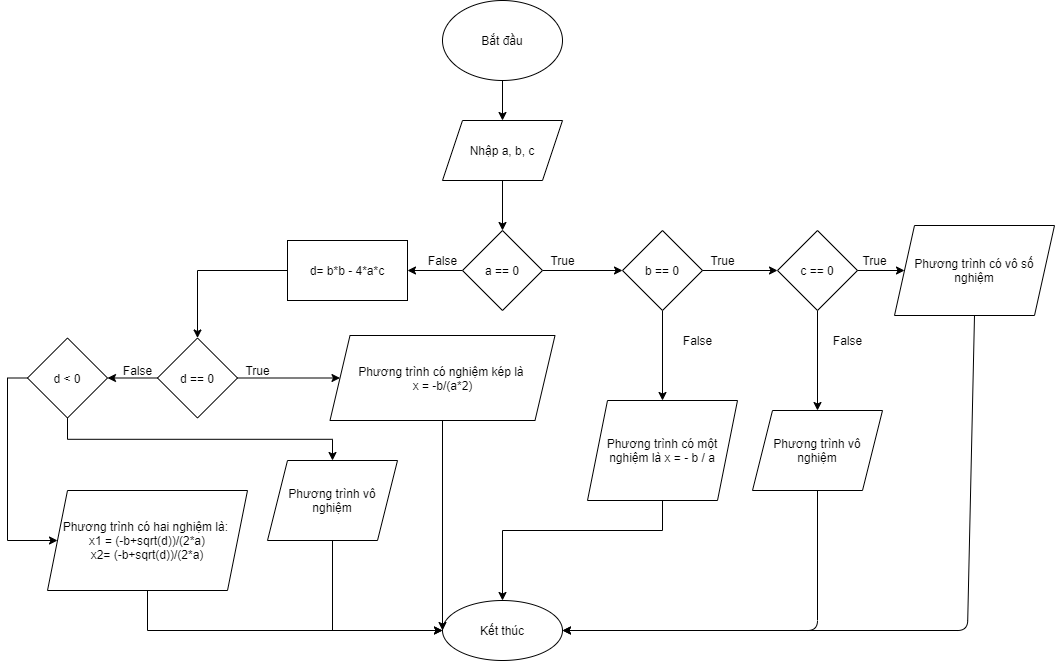
Above: Baitap/Baitap06.drawio.png in NguyenDangKhoa02/20T1080038-Java (draw.io), before the change. Source tidied: cells renumbered, new cells last; positions are measured from the earlier drawing's top-left corner, leaving out a move shared by most shapes. Source of this version:
```xml
<mxGraphModel>
  <root>
    <mxCell id="0" />
    <mxCell id="1" parent="0" />
    <mxCell id="2" style="edgeStyle=orthogonalEdgeStyle;rounded=0;jettySize=auto;html=1;" parent="1" edge="1" source="3" target="5">
      <mxGeometry relative="1" as="geometry" />
    </mxCell>
    <mxCell id="3" value="Bắt đầu" style="ellipse;whiteSpace=wrap;html=1;" parent="1" vertex="1">
      <mxGeometry x="435" width="120" height="80" as="geometry" />
    </mxCell>
    <mxCell id="4" style="edgeStyle=orthogonalEdgeStyle;rounded=0;jettySize=auto;html=1;" parent="1" edge="1" source="5" target="9">
      <mxGeometry relative="1" as="geometry" />
    </mxCell>
    <mxCell id="5" value="Nhập a, b, c" style="shape=parallelogram;perimeter=parallelogramPerimeter;whiteSpace=wrap;html=1;fixedSize=1;" parent="1" vertex="1">
      <mxGeometry x="435" y="120" width="120" height="60" as="geometry" />
    </mxCell>
    <mxCell id="6" style="edgeStyle=orthogonalEdgeStyle;rounded=0;jettySize=auto;html=1;" parent="1" edge="1" source="9" target="12">
      <mxGeometry relative="1" as="geometry" />
    </mxCell>
    <mxCell id="7" style="edgeStyle=orthogonalEdgeStyle;rounded=0;jettySize=auto;html=1;exitX=0.5;exitY=1;exitDx=0;exitDy=0;" parent="1" edge="1" source="12" target="20">
      <mxGeometry relative="1" as="geometry" />
    </mxCell>
    <mxCell id="8" style="edgeStyle=orthogonalEdgeStyle;rounded=0;jettySize=auto;html=1;" parent="1" edge="1" source="9" target="28">
      <mxGeometry relative="1" as="geometry" />
    </mxCell>
    <mxCell id="9" value="a == 0" style="rhombus;whiteSpace=wrap;html=1;" parent="1" vertex="1">
      <mxGeometry x="455" y="230" width="80" height="80" as="geometry" />
    </mxCell>
    <mxCell id="10" style="edgeStyle=orthogonalEdgeStyle;rounded=0;jettySize=auto;html=1;entryX=0;entryY=0.5;entryDx=0;entryDy=0;" parent="1" edge="1" source="12" target="24">
      <mxGeometry relative="1" as="geometry" />
    </mxCell>
    <mxCell id="11" style="edgeStyle=orthogonalEdgeStyle;rounded=0;jettySize=auto;html=1;exitX=0.5;exitY=1;exitDx=0;exitDy=0;" parent="1" edge="1" source="24" target="15">
      <mxGeometry relative="1" as="geometry" />
    </mxCell>
    <mxCell id="12" value="b == 0" style="rhombus;whiteSpace=wrap;html=1;" parent="1" vertex="1">
      <mxGeometry x="615" y="230" width="80" height="80" as="geometry" />
    </mxCell>
    <mxCell id="13" value="Phương trình có vô số nghiệm" style="shape=parallelogram;perimeter=parallelogramPerimeter;whiteSpace=wrap;html=1;fixedSize=1;" parent="1" vertex="1">
      <mxGeometry x="887" y="225" width="160" height="90" as="geometry" />
    </mxCell>
    <mxCell id="14" value="True" style="text;html=1;align=center;verticalAlign=middle;strokeColor=none;fillColor=none;" parent="1" vertex="1">
      <mxGeometry x="695" y="250" width="40" height="20" as="geometry" />
    </mxCell>
    <mxCell id="15" value="Phương trình vô nghiệm" style="shape=parallelogram;perimeter=parallelogramPerimeter;whiteSpace=wrap;html=1;fixedSize=1;" parent="1" vertex="1">
      <mxGeometry x="745" y="410" width="130" height="80" as="geometry" />
    </mxCell>
    <mxCell id="16" value="False" style="text;html=1;align=center;verticalAlign=middle;strokeColor=none;fillColor=none;" parent="1" vertex="1">
      <mxGeometry x="670" y="330" width="40" height="20" as="geometry" />
    </mxCell>
    <mxCell id="17" value="True" style="text;html=1;align=center;verticalAlign=middle;strokeColor=none;fillColor=none;" parent="1" vertex="1">
      <mxGeometry x="535" y="250" width="40" height="20" as="geometry" />
    </mxCell>
    <mxCell id="18" value="False" style="text;html=1;align=center;verticalAlign=middle;strokeColor=none;fillColor=none;" parent="1" vertex="1">
      <mxGeometry x="820" y="330" width="40" height="20" as="geometry" />
    </mxCell>
    <mxCell id="19" style="edgeStyle=orthogonalEdgeStyle;rounded=0;jettySize=auto;html=1;" parent="1" edge="1" source="20" target="21">
      <mxGeometry relative="1" as="geometry">
        <Array as="points">
          <mxPoint x="655" y="530" />
          <mxPoint x="495" y="530" />
        </Array>
      </mxGeometry>
    </mxCell>
    <mxCell id="20" value="&lt;span&gt;Phương trình có một nghiệm là x = - b / a&lt;/span&gt;" style="shape=parallelogram;perimeter=parallelogramPerimeter;whiteSpace=wrap;html=1;fixedSize=1;" parent="1" vertex="1">
      <mxGeometry x="580" y="400" width="150" height="100" as="geometry" />
    </mxCell>
    <mxCell id="21" value="Kết thúc" style="ellipse;whiteSpace=wrap;html=1;" parent="1" vertex="1">
      <mxGeometry x="435" y="600" width="120" height="60" as="geometry" />
    </mxCell>
    <mxCell id="22" style="endArrow=classic;html=1;exitX=0.5;exitY=1;exitDx=0;exitDy=0;entryX=1;entryY=0.5;entryDx=0;entryDy=0;" parent="1" edge="1" source="15" target="21">
      <mxGeometry relative="1" as="geometry">
        <Array as="points">
          <mxPoint x="810" y="630" />
        </Array>
      </mxGeometry>
    </mxCell>
    <mxCell id="23" style="endArrow=classic;html=1;exitX=0.5;exitY=1;exitDx=0;exitDy=0;entryX=1;entryY=0.5;entryDx=0;entryDy=0;" parent="1" edge="1" source="13" target="21">
      <mxGeometry relative="1" as="geometry">
        <Array as="points">
          <mxPoint x="960" y="630" />
        </Array>
      </mxGeometry>
    </mxCell>
    <mxCell id="24" value="c == 0" style="rhombus;whiteSpace=wrap;html=1;" parent="1" vertex="1">
      <mxGeometry x="770" y="230" width="80" height="80" as="geometry" />
    </mxCell>
    <mxCell id="25" style="endArrow=classic;html=1;exitX=1;exitY=0.5;exitDx=0;exitDy=0;entryX=0;entryY=0.5;entryDx=0;entryDy=0;" parent="1" edge="1" source="24" target="13">
      <mxGeometry relative="1" as="geometry" />
    </mxCell>
    <mxCell id="26" value="True" style="text;html=1;align=center;verticalAlign=middle;strokeColor=none;fillColor=none;" parent="1" vertex="1">
      <mxGeometry x="847" y="250" width="40" height="20" as="geometry" />
    </mxCell>
    <mxCell id="27" style="edgeStyle=orthogonalEdgeStyle;rounded=0;jettySize=auto;html=1;" parent="1" edge="1" source="28" target="31">
      <mxGeometry relative="1" as="geometry" />
    </mxCell>
    <mxCell id="28" value="d= b*b - 4*a*c" style="whiteSpace=wrap;html=1;" parent="1" vertex="1">
      <mxGeometry x="280" y="240" width="120" height="60" as="geometry" />
    </mxCell>
    <mxCell id="29" style="edgeStyle=orthogonalEdgeStyle;rounded=0;jettySize=auto;html=1;" parent="1" edge="1" source="31" target="32">
      <mxGeometry relative="1" as="geometry" />
    </mxCell>
    <mxCell id="30" style="edgeStyle=orthogonalEdgeStyle;rounded=0;jettySize=auto;html=1;entryX=1;entryY=0.5;entryDx=0;entryDy=0;" parent="1" edge="1" source="31" target="41">
      <mxGeometry relative="1" as="geometry" />
    </mxCell>
    <mxCell id="31" value="d == 0" style="rhombus;whiteSpace=wrap;html=1;" parent="1" vertex="1">
      <mxGeometry x="150" y="337.5" width="80" height="80" as="geometry" />
    </mxCell>
    <mxCell id="32" value="Phương trình có nghiệm kép là &lt;br&gt;x = -b/(a*2)" style="shape=parallelogram;perimeter=parallelogramPerimeter;whiteSpace=wrap;html=1;fixedSize=1;" parent="1" vertex="1">
      <mxGeometry x="322.5" y="335" width="225" height="85" as="geometry" />
    </mxCell>
    <mxCell id="33" value="True" style="text;html=1;align=center;verticalAlign=middle;strokeColor=none;fillColor=none;" parent="1" vertex="1">
      <mxGeometry x="230" y="360" width="40" height="20" as="geometry" />
    </mxCell>
    <mxCell id="34" value="False" style="text;html=1;align=center;verticalAlign=middle;strokeColor=none;fillColor=none;" parent="1" vertex="1">
      <mxGeometry x="415" y="250" width="40" height="20" as="geometry" />
    </mxCell>
    <mxCell id="35" style="edgeStyle=orthogonalEdgeStyle;rounded=0;jettySize=auto;html=1;entryX=0;entryY=0.5;entryDx=0;entryDy=0;" parent="1" edge="1" source="36" target="21">
      <mxGeometry relative="1" as="geometry">
        <Array as="points">
          <mxPoint x="140" y="630" />
        </Array>
      </mxGeometry>
    </mxCell>
    <mxCell id="36" value="Phương trình có hai nghiệm là:&amp;nbsp;&lt;br&gt;x1 = (-b+sqrt(d))/(2*a)&lt;br&gt;x2= (-b+sqrt(d))/(2*a)" style="shape=parallelogram;perimeter=parallelogramPerimeter;whiteSpace=wrap;html=1;fixedSize=1;" parent="1" vertex="1">
      <mxGeometry x="40" y="490" width="200" height="100" as="geometry" />
    </mxCell>
    <mxCell id="37" value="False" style="text;html=1;align=center;verticalAlign=middle;strokeColor=none;fillColor=none;" parent="1" vertex="1">
      <mxGeometry x="110" y="360" width="40" height="20" as="geometry" />
    </mxCell>
    <mxCell id="38" style="endArrow=classic;html=1;exitX=0.5;exitY=1;exitDx=0;exitDy=0;entryX=0;entryY=0.5;entryDx=0;entryDy=0;" parent="1" edge="1" source="32" target="21">
      <mxGeometry relative="1" as="geometry" />
    </mxCell>
    <mxCell id="39" style="edgeStyle=orthogonalEdgeStyle;rounded=0;jettySize=auto;html=1;entryX=0.5;entryY=0;entryDx=0;entryDy=0;exitX=0.5;exitY=1;exitDx=0;exitDy=0;" parent="1" edge="1" source="41" target="43">
      <mxGeometry relative="1" as="geometry" />
    </mxCell>
    <mxCell id="40" style="edgeStyle=orthogonalEdgeStyle;rounded=0;jettySize=auto;html=1;entryX=0;entryY=0.5;entryDx=0;entryDy=0;exitX=0;exitY=0.5;exitDx=0;exitDy=0;" parent="1" edge="1" source="41" target="36">
      <mxGeometry relative="1" as="geometry">
        <Array as="points">
          <mxPoint y="378" />
          <mxPoint y="540" />
        </Array>
      </mxGeometry>
    </mxCell>
    <mxCell id="41" value="d &amp;lt; 0" style="rhombus;whiteSpace=wrap;html=1;" parent="1" vertex="1">
      <mxGeometry x="20" y="337.5" width="80" height="80" as="geometry" />
    </mxCell>
    <mxCell id="42" style="edgeStyle=orthogonalEdgeStyle;rounded=0;jettySize=auto;html=1;entryX=0;entryY=0.5;entryDx=0;entryDy=0;" parent="1" edge="1" source="43" target="21">
      <mxGeometry relative="1" as="geometry">
        <Array as="points">
          <mxPoint x="325" y="630" />
        </Array>
      </mxGeometry>
    </mxCell>
    <mxCell id="43" value="Phương trình vô nghiệm" style="shape=parallelogram;perimeter=parallelogramPerimeter;whiteSpace=wrap;html=1;fixedSize=1;" parent="1" vertex="1">
      <mxGeometry x="260" y="460" width="130" height="80" as="geometry" />
    </mxCell>
  </root>
</mxGraphModel>
```
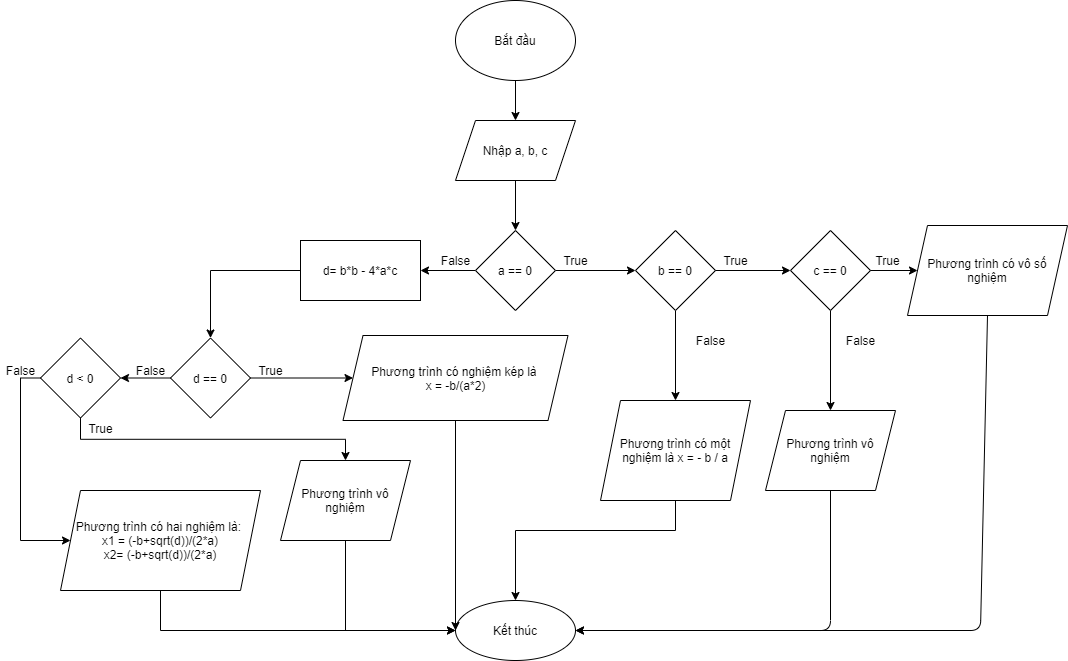
Above is the later version.

What changed in the source:
```diff
@@ -154,5 +154,11 @@
     <mxCell id="43" value="Phương trình vô nghiệm" style="shape=parallelogram;perimeter=parallelogramPerimeter;whiteSpace=wrap;html=1;fixedSize=1;" parent="1" vertex="1">
       <mxGeometry x="260" y="460" width="130" height="80" as="geometry" />
     </mxCell>
+    <mxCell id="44" value="False" style="text;html=1;align=center;verticalAlign=middle;strokeColor=none;fillColor=none;" parent="1" vertex="1">
+      <mxGeometry x="-20" y="360" width="40" height="20" as="geometry" />
+    </mxCell>
+    <mxCell id="45" value="True" style="text;html=1;align=center;verticalAlign=middle;strokeColor=none;fillColor=none;" parent="1" vertex="1">
+      <mxGeometry x="60" y="417.5" width="40" height="20" as="geometry" />
+    </mxCell>
   </root>
 </mxGraphModel>
```
